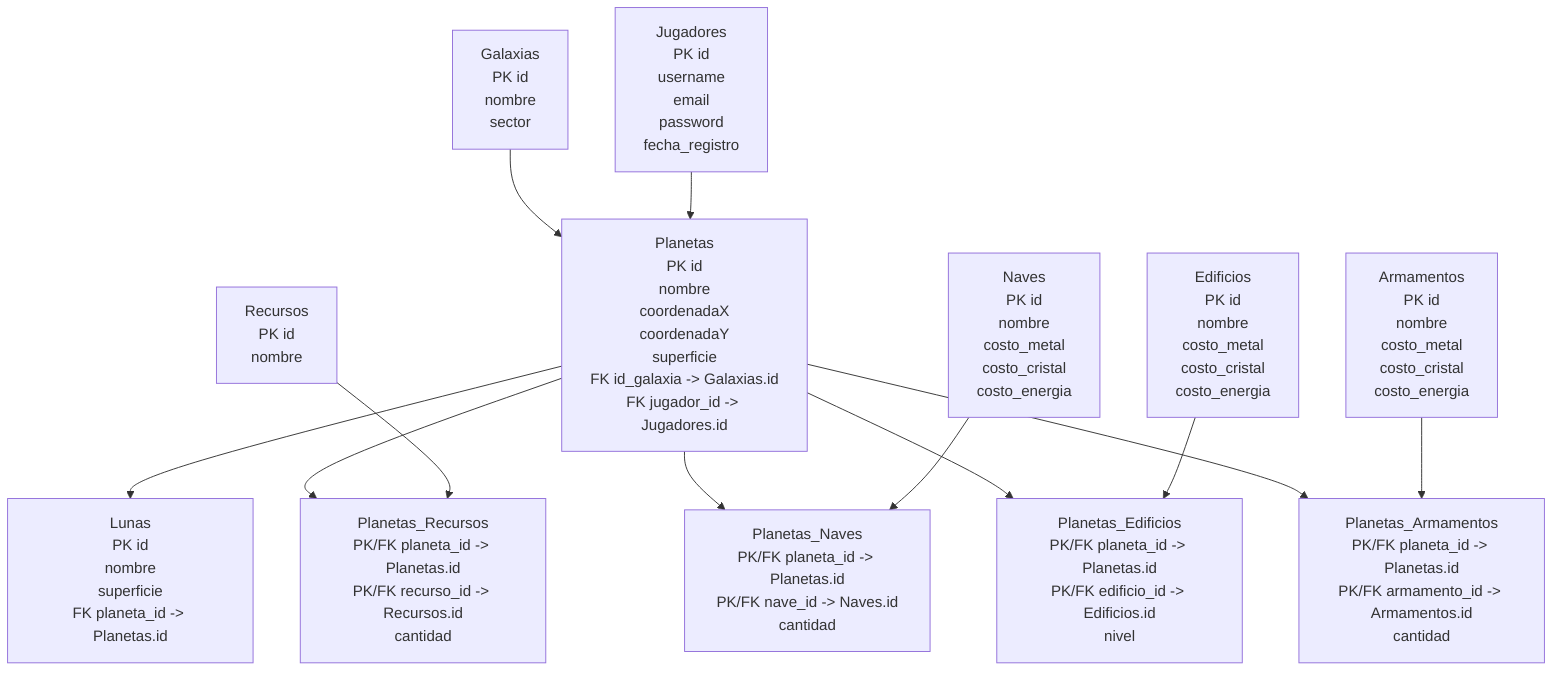
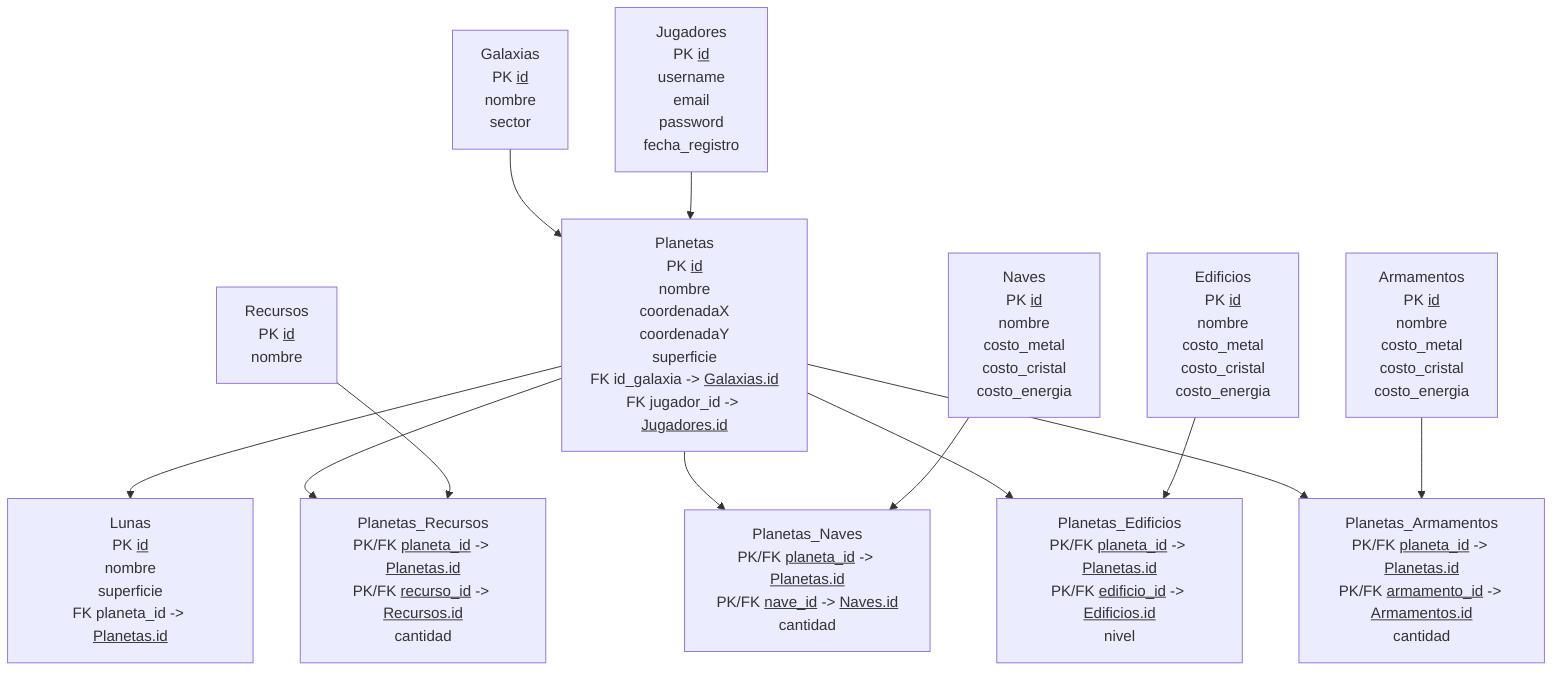
flowchart TB
    J["Jugadores
- PK id
+ PK <u>id</u>
username
email
password
fecha_registro"]

    G["Galaxias
- PK id
+ PK <u>id</u>
nombre
sector"]

    P["Planetas
- PK id
+ PK <u>id</u>
nombre
coordenadaX
coordenadaY
superficie
- FK id_galaxia -> Galaxias.id
- FK jugador_id -> Jugadores.id"]
+ FK id_galaxia -> <u>Galaxias.id</u>
+ FK jugador_id -> <u>Jugadores.id</u>"]

    L["Lunas
- PK id
+ PK <u>id</u>
nombre
superficie
- FK planeta_id -> Planetas.id"]
+ FK planeta_id -> <u>Planetas.id</u>"]

    R["Recursos
- PK id
+ PK <u>id</u>
nombre"]

    N["Naves
- PK id
+ PK <u>id</u>
nombre
costo_metal
costo_cristal
costo_energia"]

    E["Edificios
- PK id
+ PK <u>id</u>
nombre
costo_metal
costo_cristal
costo_energia"]

    A["Armamentos
- PK id
+ PK <u>id</u>
nombre
costo_metal
costo_cristal
costo_energia"]

    PR["Planetas_Recursos
- PK/FK planeta_id -> Planetas.id
- PK/FK recurso_id -> Recursos.id
+ PK/FK <u>planeta_id</u> -> <u>Planetas.id</u>
+ PK/FK <u>recurso_id</u> -> <u>Recursos.id</u>
cantidad"]

    PN["Planetas_Naves
- PK/FK planeta_id -> Planetas.id
- PK/FK nave_id -> Naves.id
+ PK/FK <u>planeta_id</u> -> <u>Planetas.id</u>
+ PK/FK <u>nave_id</u> -> <u>Naves.id</u>
cantidad"]

    PE["Planetas_Edificios
- PK/FK planeta_id -> Planetas.id
- PK/FK edificio_id -> Edificios.id
+ PK/FK <u>planeta_id</u> -> <u>Planetas.id</u>
+ PK/FK <u>edificio_id</u> -> <u>Edificios.id</u>
nivel"]

    PA["Planetas_Armamentos
- PK/FK planeta_id -> Planetas.id
- PK/FK armamento_id -> Armamentos.id
+ PK/FK <u>planeta_id</u> -> <u>Planetas.id</u>
+ PK/FK <u>armamento_id</u> -> <u>Armamentos.id</u>
cantidad"]

    G --> P
    J --> P
    P --> L

    P --> PR
    R --> PR

    P --> PN
    N --> PN

    P --> PE
    E --> PE

    P --> PA
    A --> PA
